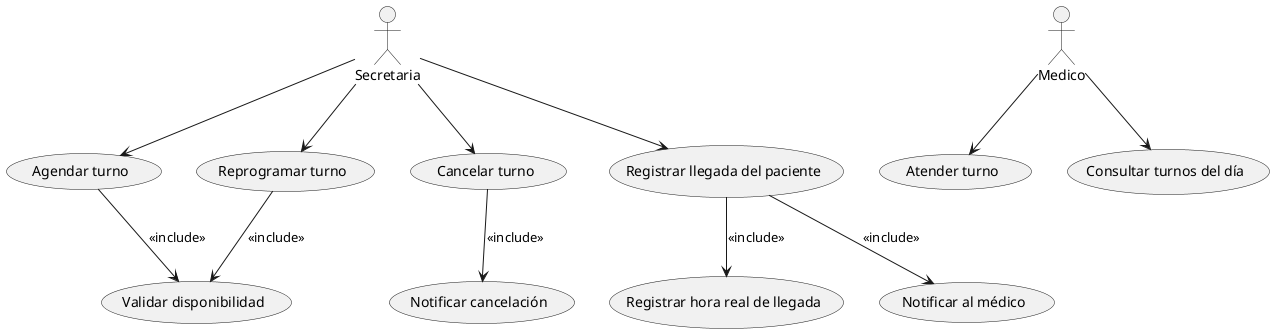
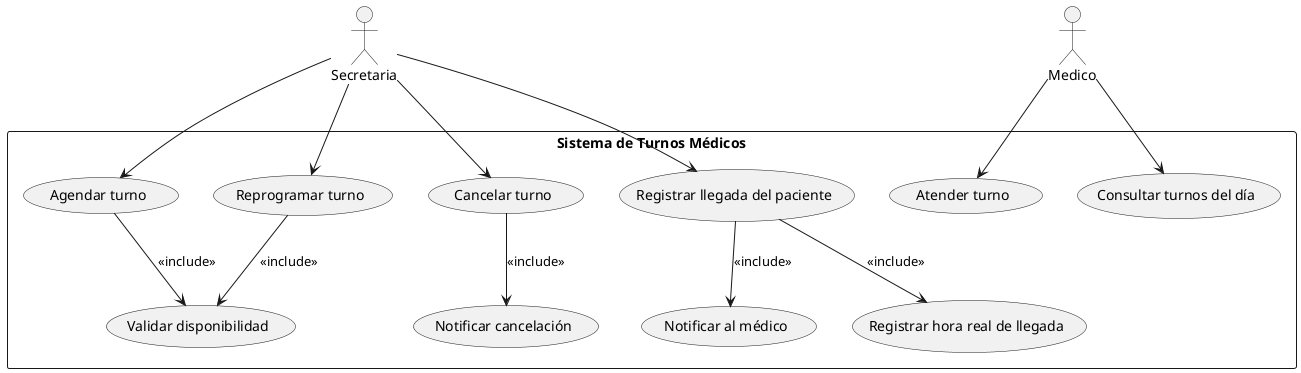
- @startuml
+ ﻿@startuml
actor Secretaria
actor Medico

+ rectangle "Sistema de Turnos Médicos" {
+   usecase "Agendar turno" as UC1
+   usecase "Reprogramar turno" as UC2
+   usecase "Cancelar turno" as UC3
+   usecase "Registrar llegada del paciente" as UC4
+   usecase "Atender turno" as UC5
+   usecase "Consultar turnos del día" as UC6
+   usecase "Validar disponibilidad" as UC7
+   usecase "Notificar cancelación" as UC8
+   usecase "Registrar hora real de llegada" as UC9
+   usecase "Notificar al médico" as UC10

- Secretaria --> (Agendar turno)
- Secretaria --> (Reprogramar turno)
- Secretaria --> (Cancelar turno)
- Secretaria --> (Registrar llegada del paciente)
+   Secretaria --> (UC1)
+   Secretaria --> (UC2)
+   Secretaria --> (UC3)
+   Secretaria --> (UC4)

- Medico --> (Atender turno)
- Medico --> (Consultar turnos del día)
+   Medico --> (UC5)
+   Medico --> (UC6)

- (Agendar turno) --> (Validar disponibilidad) : <<include>>
- (Reprogramar turno) --> (Validar disponibilidad) : <<include>>
+   (UC1) --> (UC7) : <<include>>
+   (UC2) --> (UC7) : <<include>>

- (Cancelar turno) --> (Notificar cancelación) : <<include>>
+   (UC3) --> (UC8) : <<include>>

- (Registrar llegada del paciente) --> (Registrar hora real de llegada) : <<include>>
- (Registrar llegada del paciente) --> (Notificar al médico) : <<include>>
- 
- @enduml+   (UC4) --> (UC9) : <<include>>
+   (UC4) --> (UC10) : <<include>>
+ }
+ @enduml
